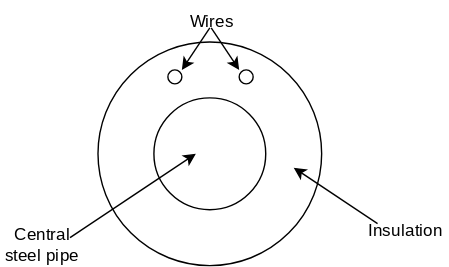
Mikkelnn/ES8-Project keeps this draw.io diagram as Figures/introduction/pipeSide.svg. Above is the earlier version. Source tidied: cells renumbered, new cells last; positions are measured from the earlier drawing's top-left corner, leaving out a move shared by most shapes.
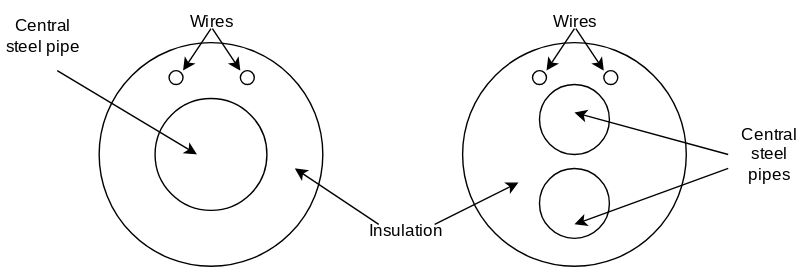
The same file after the commit.

Diff of the diagram source:
```diff
@@ -2,6 +2,9 @@
   <root>
     <mxCell id="0" />
     <mxCell id="1" parent="0" />
+    <mxCell id="13" style="ellipse;whiteSpace=wrap;html=1;fillColor=none;fontFamily=modern;fontSource=https%3A%2F%2Fsourceforge.net%2Fprojects%2Fcm-unicode%2F;" parent="1" vertex="1">
+      <mxGeometry x="330" y="30" width="160" height="160" as="geometry" />
+    </mxCell>
     <mxCell id="2" style="ellipse;whiteSpace=wrap;html=1;fontFamily=modern;fontSource=https%3A%2F%2Fsourceforge.net%2Fprojects%2Fcm-unicode%2F;" parent="1" vertex="1">
       <mxGeometry x="110" y="70" width="80" height="80" as="geometry" />
     </mxCell>
@@ -16,12 +19,12 @@
     </mxCell>
     <mxCell id="6" style="endArrow=classic;html=1;rounded=0;fontFamily=modern;fontSource=https%3A%2F%2Fsourceforge.net%2Fprojects%2Fcm-unicode%2F;" parent="1" edge="1">
       <mxGeometry relative="1" as="geometry">
-        <mxPoint x="50" y="170" as="sourcePoint" />
+        <mxPoint x="40" y="50" as="sourcePoint" />
         <mxPoint x="140" y="110" as="targetPoint" />
       </mxGeometry>
     </mxCell>
     <mxCell id="7" value="Central steel pipe" style="text;html=1;whiteSpace=wrap;strokeColor=none;fillColor=none;align=center;verticalAlign=middle;rounded=0;fontFamily=modern;fontSource=https%3A%2F%2Fsourceforge.net%2Fprojects%2Fcm-unicode%2F;" parent="1" vertex="1">
-      <mxGeometry y="160" width="60" height="30" as="geometry" />
+      <mxGeometry y="10" width="60" height="30" as="geometry" />
     </mxCell>
     <mxCell id="8" style="endArrow=classic;html=1;rounded=0;fontFamily=modern;fontSource=https%3A%2F%2Fsourceforge.net%2Fprojects%2Fcm-unicode%2F;" parent="1" edge="1">
       <mxGeometry relative="1" as="geometry">
@@ -47,5 +50,53 @@
     <mxCell id="12" value="Wires" style="text;html=1;whiteSpace=wrap;strokeColor=none;fillColor=none;align=center;verticalAlign=middle;rounded=0;fontFamily=modern;fontSource=https%3A%2F%2Fsourceforge.net%2Fprojects%2Fcm-unicode%2F;" parent="1" vertex="1">
       <mxGeometry x="121" width="60" height="30" as="geometry" />
     </mxCell>
+    <mxCell id="14" style="ellipse;whiteSpace=wrap;html=1;fontFamily=modern;fontSource=https%3A%2F%2Fsourceforge.net%2Fprojects%2Fcm-unicode%2F;" parent="1" vertex="1">
+      <mxGeometry x="385" y="60" width="50" height="50" as="geometry" />
+    </mxCell>
+    <mxCell id="15" style="ellipse;whiteSpace=wrap;html=1;fontFamily=modern;fontSource=https%3A%2F%2Fsourceforge.net%2Fprojects%2Fcm-unicode%2F;" parent="1" vertex="1">
+      <mxGeometry x="380" y="50" width="10" height="10" as="geometry" />
+    </mxCell>
+    <mxCell id="16" style="ellipse;whiteSpace=wrap;html=1;fontFamily=modern;fontSource=https%3A%2F%2Fsourceforge.net%2Fprojects%2Fcm-unicode%2F;" parent="1" vertex="1">
+      <mxGeometry x="431" y="50" width="10" height="10" as="geometry" />
+    </mxCell>
+    <mxCell id="17" style="endArrow=classic;html=1;rounded=0;fontFamily=modern;fontSource=https%3A%2F%2Fsourceforge.net%2Fprojects%2Fcm-unicode%2F;" parent="1" edge="1">
+      <mxGeometry relative="1" as="geometry">
+        <mxPoint x="411" y="20" as="sourcePoint" />
+        <mxPoint x="431" y="50" as="targetPoint" />
+      </mxGeometry>
+    </mxCell>
+    <mxCell id="18" style="endArrow=classic;html=1;rounded=0;fontFamily=modern;fontSource=https%3A%2F%2Fsourceforge.net%2Fprojects%2Fcm-unicode%2F;" parent="1" edge="1">
+      <mxGeometry relative="1" as="geometry">
+        <mxPoint x="410" y="20" as="sourcePoint" />
+        <mxPoint x="390" y="50" as="targetPoint" />
+      </mxGeometry>
+    </mxCell>
+    <mxCell id="19" value="Wires" style="text;html=1;whiteSpace=wrap;strokeColor=none;fillColor=none;align=center;verticalAlign=middle;rounded=0;fontFamily=modern;fontSource=https%3A%2F%2Fsourceforge.net%2Fprojects%2Fcm-unicode%2F;" parent="1" vertex="1">
+      <mxGeometry x="381" width="60" height="30" as="geometry" />
+    </mxCell>
+    <mxCell id="20" style="ellipse;whiteSpace=wrap;html=1;fontFamily=modern;fontSource=https%3A%2F%2Fsourceforge.net%2Fprojects%2Fcm-unicode%2F;" parent="1" vertex="1">
+      <mxGeometry x="385" y="120" width="50" height="50" as="geometry" />
+    </mxCell>
+    <mxCell id="21" style="endArrow=classic;html=1;rounded=0;fontFamily=modern;fontSource=https%3A%2F%2Fsourceforge.net%2Fprojects%2Fcm-unicode%2F;" parent="1" edge="1">
+      <mxGeometry relative="1" as="geometry">
+        <mxPoint x="310" y="160" as="sourcePoint" />
+        <mxPoint x="370" y="130" as="targetPoint" />
+      </mxGeometry>
+    </mxCell>
+    <mxCell id="22" style="endArrow=classic;html=1;rounded=0;fontFamily=modern;fontSource=https%3A%2F%2Fsourceforge.net%2Fprojects%2Fcm-unicode%2F;" parent="1" edge="1">
+      <mxGeometry relative="1" as="geometry">
+        <mxPoint x="520" y="110" as="sourcePoint" />
+        <mxPoint x="410" y="80" as="targetPoint" />
+      </mxGeometry>
+    </mxCell>
+    <mxCell id="23" style="endArrow=classic;html=1;rounded=0;fontFamily=modern;fontSource=https%3A%2F%2Fsourceforge.net%2Fprojects%2Fcm-unicode%2F;" parent="1" edge="1">
+      <mxGeometry relative="1" as="geometry">
+        <mxPoint x="520" y="120" as="sourcePoint" />
+        <mxPoint x="410" y="160" as="targetPoint" />
+      </mxGeometry>
+    </mxCell>
+    <mxCell id="24" value="Central steel pipes" style="text;html=1;whiteSpace=wrap;strokeColor=none;fillColor=none;align=center;verticalAlign=middle;rounded=0;fontFamily=modern;fontSource=https%3A%2F%2Fsourceforge.net%2Fprojects%2Fcm-unicode%2F;" parent="1" vertex="1">
+      <mxGeometry x="520" y="95" width="60" height="30" as="geometry" />
+    </mxCell>
   </root>
 </mxGraphModel>
```
